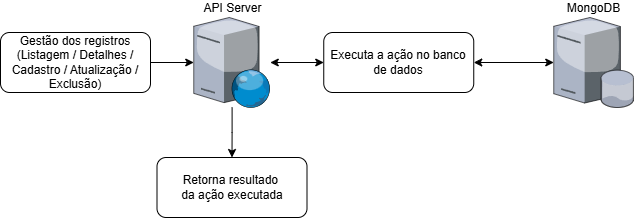
Earlier version of the draw.io export TC1.scraping.png (claudio-pandolfi/tc01-fiap). Source tidied: cells renumbered, new cells last; positions are measured from the earlier drawing's top-left corner, leaving out a move shared by most shapes.
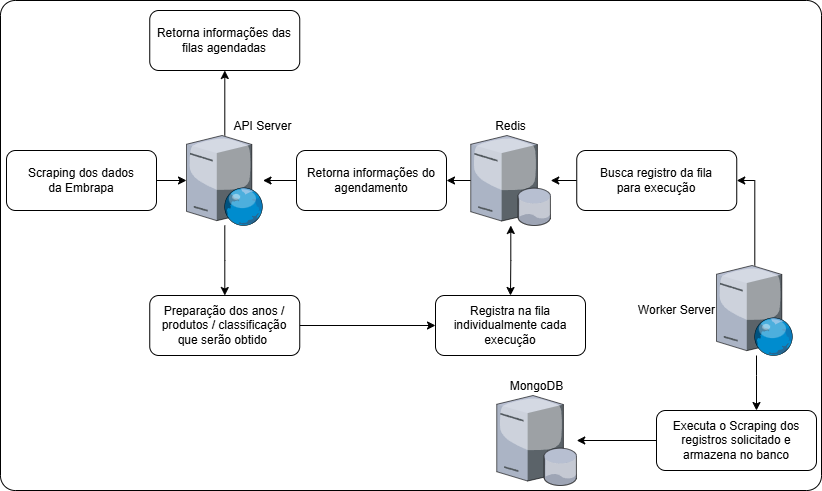
After the change.

Commit message:
Ajuste na imagem do fluxo base

Change to the diagram source:
```diff
@@ -2,32 +2,83 @@
   <root>
     <mxCell id="0" />
     <mxCell id="1" parent="0" />
-    <mxCell id="2" value="MongoDB" style="verticalLabelPosition=top;sketch=0;html=1;verticalAlign=bottom;strokeColor=none;align=center;outlineConnect=0;shape=mxgraph.citrix.database_server;labelPosition=center;" parent="1" vertex="1">
-      <mxGeometry x="553.2" width="80" height="90" as="geometry" />
+    <mxCell id="2" style="rounded=1;whiteSpace=wrap;html=1;arcSize=3;" parent="1" vertex="1">
+      <mxGeometry x="-94" y="-640" width="821" height="490" as="geometry" />
     </mxCell>
-    <mxCell id="3" style="edgeStyle=orthogonalEdgeStyle;rounded=0;jettySize=auto;html=1;endArrow=classic;startFill=1;startArrow=classic;endFill=1;" parent="1" edge="1" source="5" target="9">
-      <mxGeometry relative="1" as="geometry" />
+    <mxCell id="3" value="MongoDB" style="verticalLabelPosition=top;sketch=0;html=1;verticalAlign=bottom;strokeColor=none;align=center;outlineConnect=0;shape=mxgraph.citrix.database_server;labelPosition=center;" parent="1" vertex="1">
+      <mxGeometry x="402.2" y="-245" width="80" height="90" as="geometry" />
     </mxCell>
-    <mxCell id="4" style="edgeStyle=orthogonalEdgeStyle;rounded=0;jettySize=auto;html=1;" parent="1" edge="1" source="5" target="10">
+    <mxCell id="4" style="edgeStyle=orthogonalEdgeStyle;rounded=0;jettySize=auto;html=1;endArrow=classic;startFill=0;endFill=1;" parent="1" edge="1" source="6" target="16">
       <mxGeometry relative="1" as="geometry" />
     </mxCell>
-    <mxCell id="5" value="API Server" style="verticalLabelPosition=top;sketch=0;html=1;verticalAlign=bottom;strokeColor=none;align=center;outlineConnect=0;shape=mxgraph.citrix.web_server;labelPosition=center;" parent="1" vertex="1">
-      <mxGeometry x="193.2" width="76.5" height="90" as="geometry" />
+    <mxCell id="5" style="edgeStyle=orthogonalEdgeStyle;rounded=0;jettySize=auto;html=1;" parent="1" edge="1" source="6" target="24">
+      <mxGeometry relative="1" as="geometry" />
     </mxCell>
-    <mxCell id="6" style="edgeStyle=orthogonalEdgeStyle;rounded=0;jettySize=auto;html=1;endArrow=classic;startFill=0;startArrow=none;endFill=1;" parent="1" edge="1" source="7" target="5">
-      <mxGeometry relative="1" as="geometry" />
+    <mxCell id="6" value="&amp;nbsp; &amp;nbsp; &amp;nbsp; &amp;nbsp; &amp;nbsp; &amp;nbsp; &amp;nbsp; &amp;nbsp; &amp;nbsp; &amp;nbsp; &amp;nbsp; &amp;nbsp;API Server" style="verticalLabelPosition=top;sketch=0;html=1;verticalAlign=bottom;strokeColor=none;align=center;outlineConnect=0;shape=mxgraph.citrix.web_server;labelPosition=center;" parent="1" vertex="1">
+      <mxGeometry x="92" y="-505" width="76.5" height="90" as="geometry" />
     </mxCell>
-    <mxCell id="7" value="Gestão dos registros&lt;br&gt;(Listagem / Detalhes / Cadastro / Atualização / Exclusão)" style="rounded=1;whiteSpace=wrap;html=1;" parent="1" vertex="1">
-      <mxGeometry y="15" width="150" height="60" as="geometry" />
+    <mxCell id="7" style="edgeStyle=orthogonalEdgeStyle;rounded=0;jettySize=auto;html=1;endArrow=classic;endFill=1;startFill=1;startArrow=classic;" parent="1" edge="1" source="9" target="17">
+      <mxGeometry relative="1" as="geometry" />
     </mxCell>
-    <mxCell id="8" style="edgeStyle=orthogonalEdgeStyle;rounded=0;jettySize=auto;html=1;startArrow=classic;startFill=1;" parent="1" edge="1" source="9" target="2">
+    <mxCell id="8" style="edgeStyle=orthogonalEdgeStyle;rounded=0;jettySize=auto;html=1;" parent="1" edge="1" source="9" target="23">
       <mxGeometry relative="1" as="geometry" />
     </mxCell>
-    <mxCell id="9" value="Executa a ação no banco de dados" style="rounded=1;whiteSpace=wrap;html=1;" parent="1" vertex="1">
-      <mxGeometry x="323.2" y="15" width="150" height="60" as="geometry" />
+    <mxCell id="9" value="Redis" style="verticalLabelPosition=top;sketch=0;html=1;verticalAlign=bottom;strokeColor=none;align=center;outlineConnect=0;shape=mxgraph.citrix.database_server;labelPosition=center;" parent="1" vertex="1">
+      <mxGeometry x="376.2" y="-505" width="80" height="90" as="geometry" />
     </mxCell>
-    <mxCell id="10" value="Retorna resultado&amp;nbsp;&lt;div&gt;da ação executada&lt;/div&gt;" style="rounded=1;whiteSpace=wrap;html=1;" parent="1" vertex="1">
-      <mxGeometry x="156.5" y="140" width="150" height="60" as="geometry" />
+    <mxCell id="10" style="edgeStyle=orthogonalEdgeStyle;rounded=0;jettySize=auto;html=1;entryX=1;entryY=0.5;entryDx=0;entryDy=0;" parent="1" edge="1" source="12" target="19">
+      <mxGeometry relative="1" as="geometry">
+        <Array as="points">
+          <mxPoint x="660" y="-460" />
+        </Array>
+      </mxGeometry>
     </mxCell>
+    <mxCell id="11" style="edgeStyle=orthogonalEdgeStyle;rounded=0;jettySize=auto;html=1;" parent="1" edge="1" source="12" target="21">
+      <mxGeometry relative="1" as="geometry">
+        <Array as="points">
+          <mxPoint x="662" y="-265" />
+          <mxPoint x="662" y="-265" />
+        </Array>
+      </mxGeometry>
+    </mxCell>
+    <mxCell id="12" value="Worker Server" style="verticalLabelPosition=middle;sketch=0;html=1;verticalAlign=middle;strokeColor=none;align=right;outlineConnect=0;shape=mxgraph.citrix.web_server;labelPosition=left;" parent="1" vertex="1">
+      <mxGeometry x="622" y="-375" width="76.5" height="90" as="geometry" />
+    </mxCell>
+    <mxCell id="13" style="edgeStyle=orthogonalEdgeStyle;rounded=0;jettySize=auto;html=1;endArrow=classic;startFill=0;endFill=1;" parent="1" edge="1" source="14" target="6">
+      <mxGeometry relative="1" as="geometry" />
+    </mxCell>
+    <mxCell id="14" value="Scraping dos dados&lt;br&gt;da Embrapa" style="rounded=1;whiteSpace=wrap;html=1;" parent="1" vertex="1">
+      <mxGeometry x="-88" y="-490" width="150" height="60" as="geometry" />
+    </mxCell>
+    <mxCell id="15" style="edgeStyle=orthogonalEdgeStyle;rounded=0;jettySize=auto;html=1;endArrow=classic;startFill=0;endFill=1;" parent="1" edge="1" source="16" target="17">
+      <mxGeometry relative="1" as="geometry" />
+    </mxCell>
+    <mxCell id="16" value="Preparação dos anos / produtos / classificação que serão obtido&amp;nbsp;" style="rounded=1;whiteSpace=wrap;html=1;" parent="1" vertex="1">
+      <mxGeometry x="55.2" y="-345" width="150" height="60" as="geometry" />
+    </mxCell>
+    <mxCell id="17" value="Registra na fila individualmente cada execução" style="whiteSpace=wrap;html=1;rounded=1;" parent="1" vertex="1">
+      <mxGeometry x="341" y="-345" width="150" height="60" as="geometry" />
+    </mxCell>
+    <mxCell id="18" style="edgeStyle=orthogonalEdgeStyle;rounded=0;jettySize=auto;html=1;" parent="1" edge="1" source="19" target="9">
+      <mxGeometry relative="1" as="geometry" />
+    </mxCell>
+    <mxCell id="19" value="Busca registro da fila&lt;br&gt;para execução" style="whiteSpace=wrap;html=1;rounded=1;" parent="1" vertex="1">
+      <mxGeometry x="482.2" y="-490" width="160" height="60" as="geometry" />
+    </mxCell>
+    <mxCell id="20" style="edgeStyle=orthogonalEdgeStyle;rounded=0;jettySize=auto;html=1;" parent="1" edge="1" source="21" target="3">
+      <mxGeometry relative="1" as="geometry" />
+    </mxCell>
+    <mxCell id="21" value="Executa o Scraping dos registros solicitado e armazena no banco" style="whiteSpace=wrap;html=1;rounded=1;" parent="1" vertex="1">
+      <mxGeometry x="562" y="-230" width="160" height="60" as="geometry" />
+    </mxCell>
+    <mxCell id="22" style="edgeStyle=orthogonalEdgeStyle;rounded=0;jettySize=auto;html=1;" parent="1" edge="1" source="23" target="6">
+      <mxGeometry relative="1" as="geometry" />
+    </mxCell>
+    <mxCell id="23" value="Retorna informações do agendamento" style="whiteSpace=wrap;html=1;rounded=1;" parent="1" vertex="1">
+      <mxGeometry x="202" y="-490" width="150" height="60" as="geometry" />
+    </mxCell>
+    <mxCell id="24" value="Retorna informações das filas agendadas" style="rounded=1;whiteSpace=wrap;html=1;" parent="1" vertex="1">
+      <mxGeometry x="55.2" y="-630" width="150" height="60" as="geometry" />
+    </mxCell>
   </root>
 </mxGraphModel>
```
